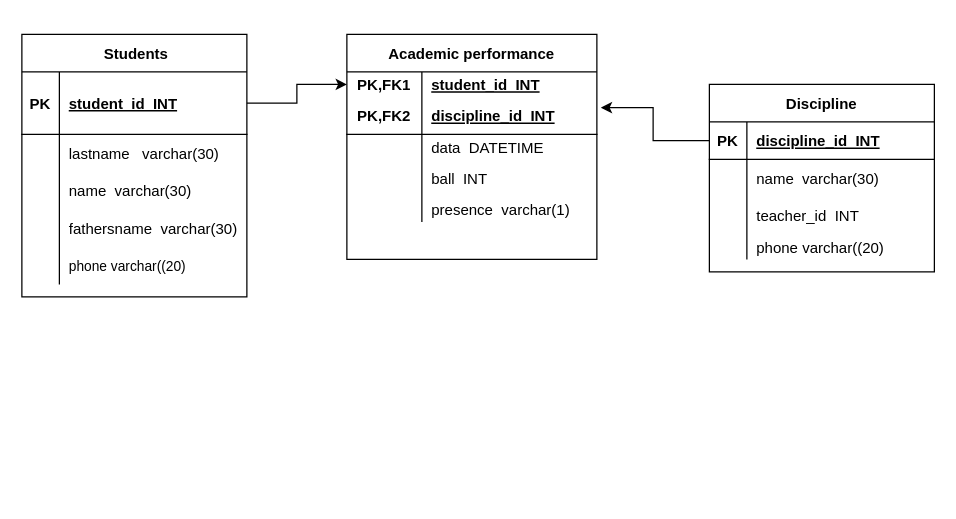
This is Untitled Diagram.drawio from K0Hb/TZ_METRO, a draw.io file, before an edit. Source tidied: cells renumbered, new cells numbered last; positions are measured from the earlier drawing's top-left corner, leaving out a move shared by most shapes. Both pictures are drawn from the tidied source at 125%, with x=0, y=0 at pixel (21, 34).
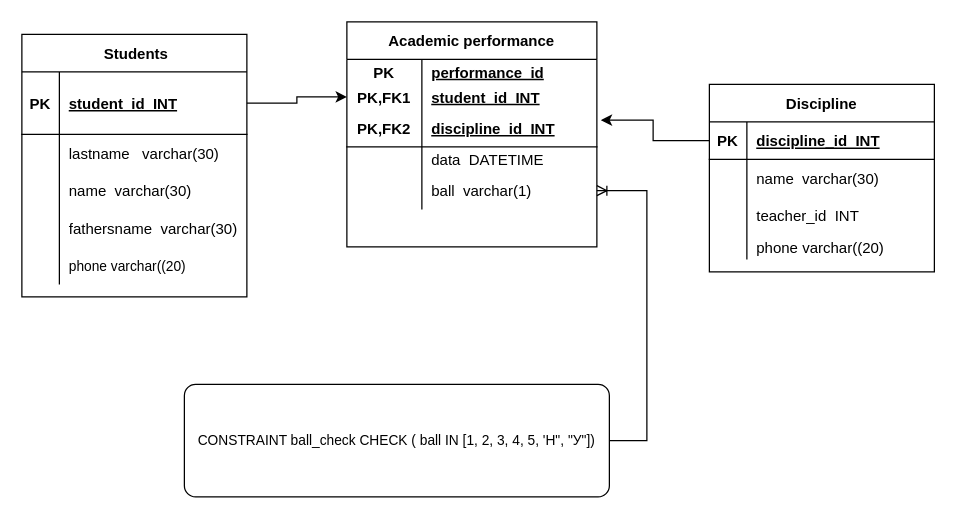
The same diagram, later.

Diff of the diagram source:
```diff
@@
     <mxCell id="31" value="Academic performance" style="shape=table;startSize=30;childLayout=tableLayout;rowLines=0;fontStyle=1;align=center;strokeWidth=1;" parent="1" vertex="1">
-      <mxGeometry x="260" width="200" height="180" as="geometry" />
+      <mxGeometry x="260" y="-10" width="200" height="180" as="geometry" />
     </mxCell>
+    <mxCell id="49" style="shape=tableRow;horizontal=0;startSize=0;swimlaneHead=0;swimlaneBody=0;fillColor=none;top=0;left=0;right=0;bottom=0;strokeWidth=1;" parent="31" vertex="1">
+      <mxGeometry y="30" width="200" height="20" as="geometry" />
+    </mxCell>
+    <mxCell id="50" value="PK" style="shape=partialRectangle;fillColor=none;top=0;left=0;bottom=0;right=0;fontStyle=1;overflow=hidden;strokeWidth=1;" parent="49" vertex="1">
+      <mxGeometry width="60" height="20" as="geometry" />
+    </mxCell>
+    <mxCell id="51" value="performance_id" style="shape=partialRectangle;fillColor=none;top=0;left=0;bottom=0;right=0;align=left;spacingLeft=6;fontStyle=5;overflow=hidden;strokeWidth=1;" parent="49" vertex="1">
+      <mxGeometry x="60" width="140" height="20" as="geometry" />
+    </mxCell>
     <mxCell id="32" style="shape=tableRow;horizontal=0;startSize=0;swimlaneHead=0;swimlaneBody=0;fillColor=none;points=[[0,0.5],[1,0.5]];portConstraint=eastwest;top=0;left=0;right=0;bottom=0;strokeWidth=1;" parent="31" vertex="1">
-      <mxGeometry y="30" width="200" height="20" as="geometry" />
+      <mxGeometry y="50" width="200" height="20" as="geometry" />
     </mxCell>
@@
     <mxCell id="35" style="shape=tableRow;horizontal=0;startSize=0;swimlaneHead=0;swimlaneBody=0;fillColor=none;points=[[0,0.5],[1,0.5]];portConstraint=eastwest;top=0;left=0;right=0;bottom=1;strokeWidth=1;" parent="31" vertex="1">
-      <mxGeometry y="50" width="200" height="30" as="geometry" />
+      <mxGeometry y="70" width="200" height="30" as="geometry" />
     </mxCell>
@@
     <mxCell id="38" style="shape=tableRow;horizontal=0;startSize=0;swimlaneHead=0;swimlaneBody=0;fillColor=none;top=0;left=0;right=0;bottom=0;strokeWidth=1;" parent="31" vertex="1">
-      <mxGeometry y="80" width="200" height="20" as="geometry" />
+      <mxGeometry y="100" width="200" height="20" as="geometry" />
     </mxCell>
@@
     <mxCell id="41" style="shape=tableRow;horizontal=0;startSize=0;swimlaneHead=0;swimlaneBody=0;fillColor=none;points=[[0,0.5],[1,0.5]];portConstraint=eastwest;top=0;left=0;right=0;bottom=0;strokeWidth=1;" parent="31" vertex="1">
-      <mxGeometry y="100" width="200" height="30" as="geometry" />
+      <mxGeometry y="120" width="200" height="30" as="geometry" />
     </mxCell>
@@
-    <mxCell id="43" value="ball  INT" style="shape=partialRectangle;fillColor=none;top=0;left=0;bottom=0;right=0;align=left;spacingLeft=6;overflow=hidden;strokeWidth=1;" parent="41" vertex="1">
+    <mxCell id="43" value="ball  varchar(1)" style="shape=partialRectangle;fillColor=none;top=0;left=0;bottom=0;right=0;align=left;spacingLeft=6;overflow=hidden;strokeWidth=1;" parent="41" vertex="1">
       <mxGeometry x="60" width="140" height="30" as="geometry" />
     </mxCell>
-    <mxCell id="44" style="shape=tableRow;horizontal=0;startSize=0;swimlaneHead=0;swimlaneBody=0;fillColor=none;top=0;left=0;right=0;bottom=0;strokeWidth=1;" parent="31" vertex="1">
-      <mxGeometry y="130" width="200" height="20" as="geometry" />
-    </mxCell>
-    <mxCell id="45" style="shape=partialRectangle;fillColor=none;top=0;left=0;bottom=0;right=0;overflow=hidden;strokeWidth=1;" parent="44" vertex="1">
-      <mxGeometry width="60" height="20" as="geometry" />
-    </mxCell>
-    <mxCell id="46" value="presence  varchar(1)" style="shape=partialRectangle;fillColor=none;top=0;left=0;bottom=0;right=0;align=left;spacingLeft=6;overflow=hidden;strokeWidth=1;" parent="44" vertex="1">
-      <mxGeometry x="60" width="140" height="20" as="geometry" />
-    </mxCell>
@@
+    <mxCell id="52" value="CONSTRAINT ball_check CHECK ( ball IN [1, 2, 3, 4, 5, 'Н&quot;, &quot;У&quot;])" style="rounded=1;arcSize=10;whiteSpace=wrap;html=1;align=center;fontSize=11;strokeWidth=1;" parent="1" vertex="1">
+      <mxGeometry x="130" y="280" width="340" height="90" as="geometry" />
+    </mxCell>
+    <mxCell id="53" style="edgeStyle=entityRelationEdgeStyle;fontSize=12;html=1;endArrow=ERoneToMany;rounded=0;entryX=1;entryY=0.5;entryDx=0;entryDy=0;" parent="1" edge="1" source="52" target="41">
+      <mxGeometry relative="1" as="geometry" />
+    </mxCell>
```
